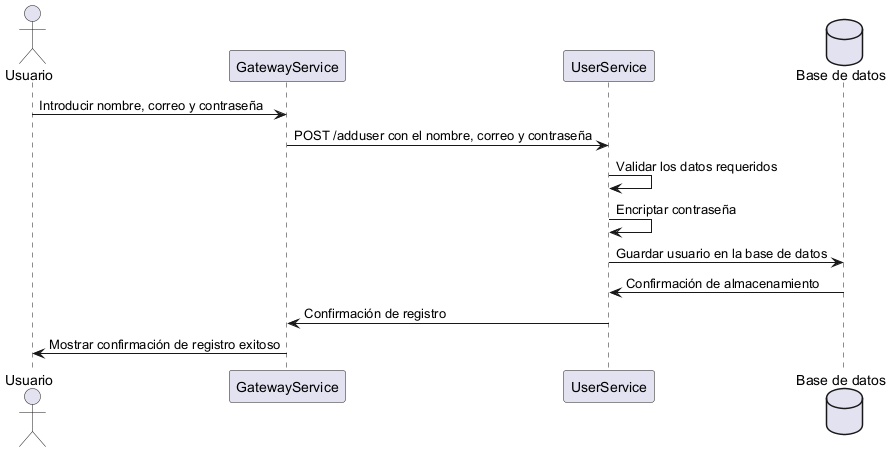
Before: images/User registration diagram.png, a diagram exported from PlantUML (Arquisoft/wichat_es5a).
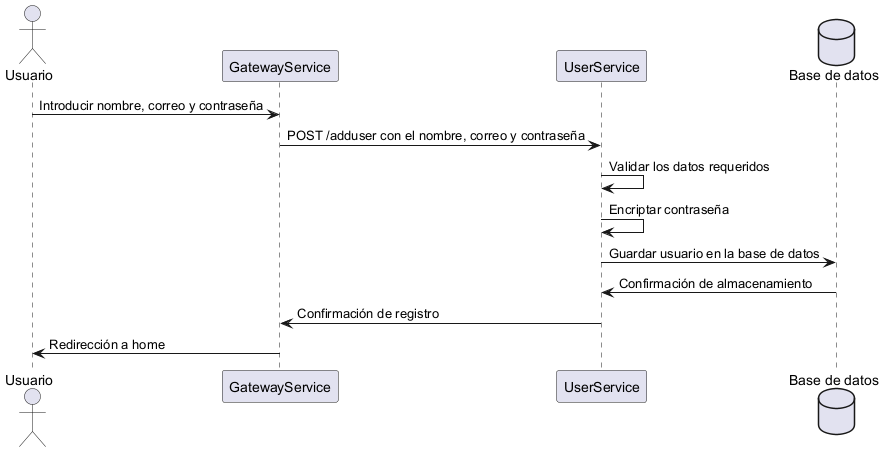
After the change.

Diff of the diagram source:
```diff
@@ -12,6 +12,6 @@
 US -> DB: Guardar usuario en la base de datos
 DB -> US: Confirmación de almacenamiento
 US -> GS: Confirmación de registro
-GS -> Usuario: Mostrar confirmación de registro exitoso
+GS -> Usuario: Redirección a home
 
 @enduml
```
